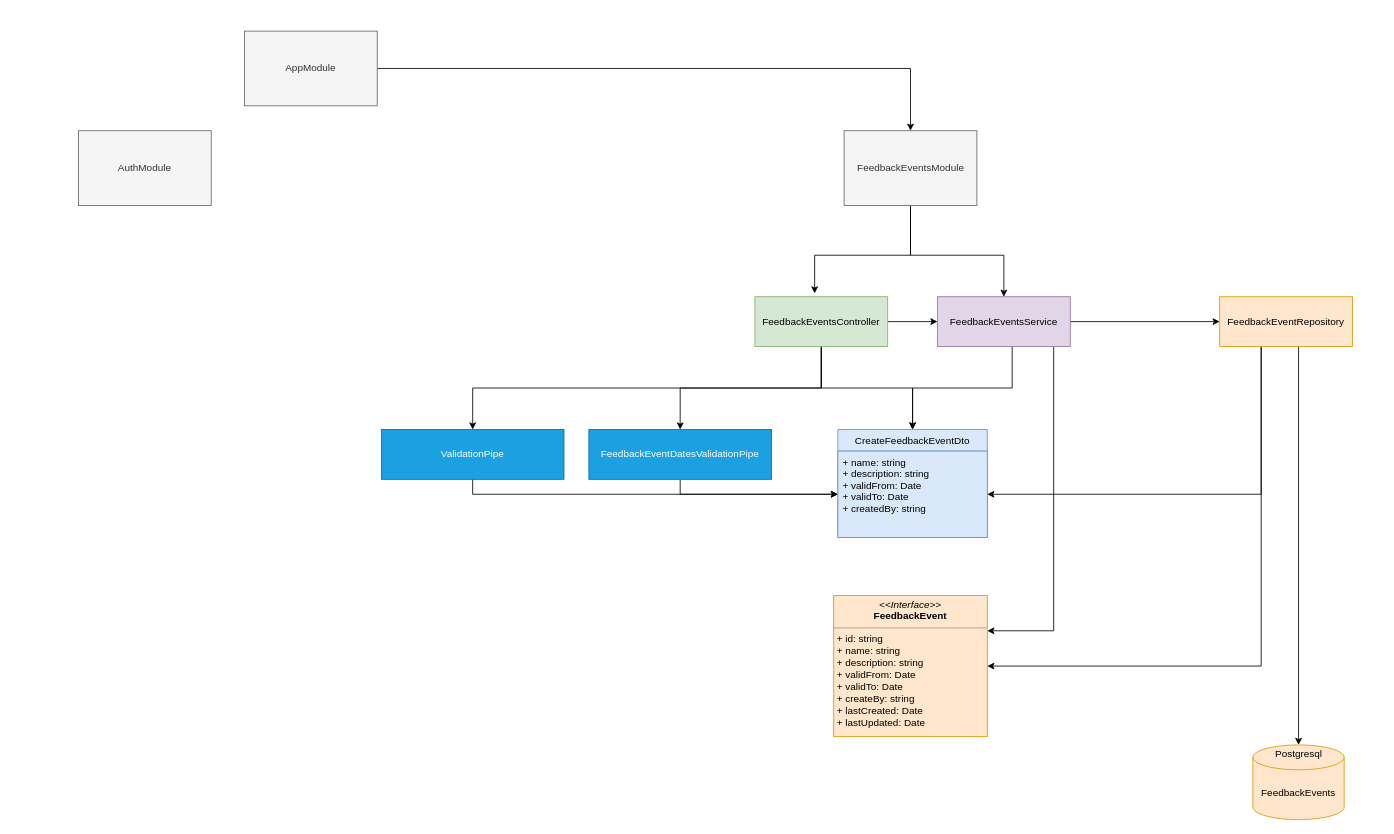
techwings-io/feedbackpal-api keeps this draw.io diagram as page "Architecture" (1 of 2) of diagrams/api-architecture.drawio. Above is the earlier version. Source tidied: cells renumbered, new cells numbered last; positions are measured from the earlier drawing's top-left corner, leaving out a move shared by most shapes. Both pictures are drawn from the tidied source at 83%, with x=0, y=0 at pixel (78, 31).
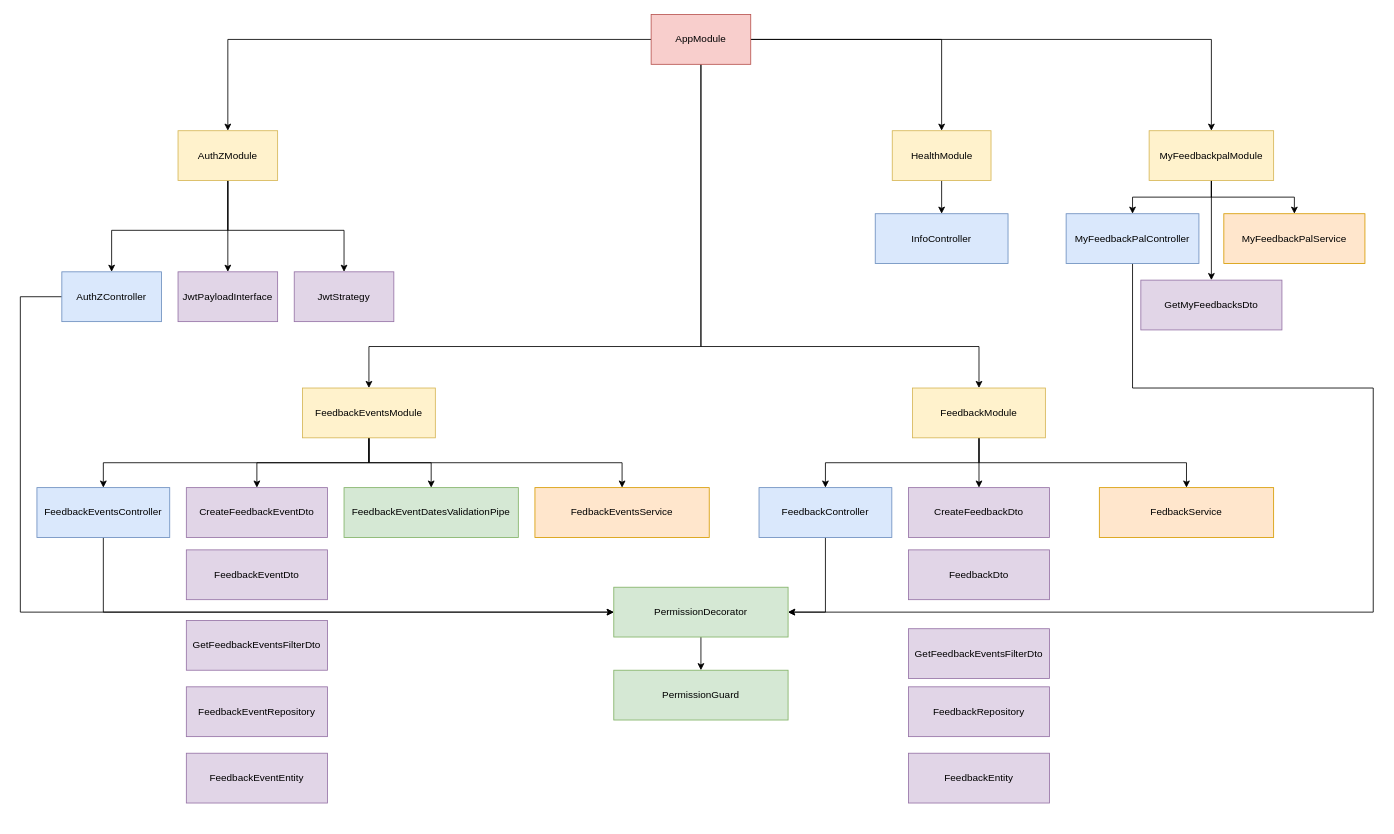
The same diagram, later.

Commit message:
Update API architecture

The edit, as a diff of the source:
```diff
@@
-    <mxCell id="2" style="edgeStyle=orthogonalEdgeStyle;rounded=0;jettySize=auto;html=1;entryX=0.5;entryY=0;entryDx=0;entryDy=0;" parent="1" edge="1" source="4" target="10">
-      <mxGeometry relative="1" as="geometry">
-        <Array as="points">
-          <mxPoint x="1003" y="270" />
-          <mxPoint x="1115" y="270" />
-        </Array>
-      </mxGeometry>
-    </mxCell>
+    <mxCell id="31" style="edgeStyle=orthogonalEdgeStyle;rounded=0;jettySize=auto;html=1;entryX=0.5;entryY=0;entryDx=0;entryDy=0;" parent="1" edge="1" source="6" target="38">
+      <mxGeometry relative="1" as="geometry" />
+    </mxCell>
+    <mxCell id="5" style="edgeStyle=orthogonalEdgeStyle;rounded=0;jettySize=auto;html=1;entryX=0.5;entryY=0;entryDx=0;entryDy=0;" parent="1" edge="1" source="6" target="4">
+      <mxGeometry relative="1" as="geometry">
+        <Array as="points">
+          <mxPoint x="750" y="380" />
+          <mxPoint x="350" y="380" />
+        </Array>
+      </mxGeometry>
+    </mxCell>
+    <mxCell id="32" style="edgeStyle=orthogonalEdgeStyle;rounded=0;jettySize=auto;html=1;entryX=0.5;entryY=0;entryDx=0;entryDy=0;" parent="1" edge="1" source="6" target="60">
+      <mxGeometry relative="1" as="geometry">
+        <Array as="points">
+          <mxPoint x="750" y="380" />
+          <mxPoint x="1085" y="380" />
+        </Array>
+      </mxGeometry>
+    </mxCell>
+    <mxCell id="33" style="edgeStyle=orthogonalEdgeStyle;rounded=0;jettySize=auto;html=1;" parent="1" edge="1" source="6" target="47">
+      <mxGeometry relative="1" as="geometry" />
+    </mxCell>
+    <mxCell id="34" style="edgeStyle=orthogonalEdgeStyle;rounded=0;jettySize=auto;html=1;entryX=0.5;entryY=0;entryDx=0;entryDy=0;" parent="1" edge="1" source="6" target="51">
+      <mxGeometry relative="1" as="geometry" />
+    </mxCell>
+    <mxCell id="6" value="AppModule" style="rounded=0;whiteSpace=wrap;html=1;fillColor=#f8cecc;strokeColor=#b85450;" parent="1" vertex="1">
+      <mxGeometry x="690" y="-20" width="120" height="60" as="geometry" />
+    </mxCell>
+    <mxCell id="35" style="edgeStyle=orthogonalEdgeStyle;rounded=0;jettySize=auto;html=1;" parent="1" edge="1" source="38" target="40">
+      <mxGeometry relative="1" as="geometry">
+        <Array as="points">
+          <mxPoint x="180" y="240" />
+          <mxPoint x="40" y="240" />
+        </Array>
+      </mxGeometry>
+    </mxCell>
+    <mxCell id="36" style="edgeStyle=orthogonalEdgeStyle;rounded=0;jettySize=auto;html=1;entryX=0.5;entryY=0;entryDx=0;entryDy=0;" parent="1" edge="1" source="38" target="41">
+      <mxGeometry relative="1" as="geometry" />
+    </mxCell>
+    <mxCell id="37" style="edgeStyle=orthogonalEdgeStyle;rounded=0;jettySize=auto;html=1;" parent="1" edge="1" source="38" target="42">
+      <mxGeometry relative="1" as="geometry">
+        <Array as="points">
+          <mxPoint x="180" y="240" />
+          <mxPoint x="320" y="240" />
+        </Array>
+      </mxGeometry>
+    </mxCell>
+    <mxCell id="38" value="AuthZModule" style="rounded=0;whiteSpace=wrap;html=1;fillColor=#fff2cc;strokeColor=#d6b656;" parent="1" vertex="1">
+      <mxGeometry x="120" y="120" width="120" height="60" as="geometry" />
+    </mxCell>
+    <mxCell id="39" style="edgeStyle=orthogonalEdgeStyle;rounded=0;jettySize=auto;html=1;" parent="1" edge="1" source="40" target="76">
+      <mxGeometry relative="1" as="geometry">
+        <Array as="points">
+          <mxPoint x="-70" y="320" />
+          <mxPoint x="-70" y="700" />
+        </Array>
+      </mxGeometry>
+    </mxCell>
+    <mxCell id="40" value="AuthZController" style="rounded=0;whiteSpace=wrap;html=1;fillColor=#dae8fc;strokeColor=#6c8ebf;" parent="1" vertex="1">
+      <mxGeometry x="-20" y="290" width="120" height="60" as="geometry" />
+    </mxCell>
+    <mxCell id="41" value="JwtPayloadInterface" style="rounded=0;whiteSpace=wrap;html=1;fillColor=#e1d5e7;strokeColor=#9673a6;" parent="1" vertex="1">
+      <mxGeometry x="120" y="290" width="120" height="60" as="geometry" />
+    </mxCell>
+    <mxCell id="42" value="JwtStrategy" style="rounded=0;whiteSpace=wrap;html=1;fillColor=#e1d5e7;strokeColor=#9673a6;" parent="1" vertex="1">
+      <mxGeometry x="260" y="290" width="120" height="60" as="geometry" />
+    </mxCell>
+    <mxCell id="43" style="edgeStyle=orthogonalEdgeStyle;rounded=0;jettySize=auto;html=1;" parent="1" edge="1" source="4" target="28">
+      <mxGeometry relative="1" as="geometry" />
+    </mxCell>
+    <mxCell id="44" style="edgeStyle=orthogonalEdgeStyle;rounded=0;jettySize=auto;html=1;" parent="1" edge="1" source="4" target="25">
+      <mxGeometry relative="1" as="geometry" />
+    </mxCell>
+    <mxCell id="45" style="edgeStyle=orthogonalEdgeStyle;rounded=0;jettySize=auto;html=1;" parent="1" edge="1" source="4" target="55">
+      <mxGeometry relative="1" as="geometry">
+        <Array as="points">
+          <mxPoint x="350" y="520" />
+          <mxPoint x="655" y="520" />
+        </Array>
+      </mxGeometry>
+    </mxCell>
-    <mxCell id="3" style="edgeStyle=orthogonalEdgeStyle;rounded=0;jettySize=auto;html=1;entryX=0.45;entryY=-0.067;entryDx=0;entryDy=0;entryPerimeter=0;" parent="1" edge="1" source="4" target="15">
+    <mxCell id="3" style="edgeStyle=orthogonalEdgeStyle;rounded=0;jettySize=auto;html=1;" parent="1" edge="1" source="4" target="15">
       <mxGeometry relative="1" as="geometry">
         <Array as="points">
-          <mxPoint x="1003" y="270" />
-          <mxPoint x="887" y="270" />
+          <mxPoint x="350" y="520" />
+          <mxPoint x="30" y="520" />
         </Array>
       </mxGeometry>
     </mxCell>
-    <mxCell id="4" value="FeedbackEventsModule" style="rounded=0;whiteSpace=wrap;html=1;fillColor=#f5f5f5;strokeColor=#666666;fontColor=#333333;" parent="1" vertex="1">
-      <mxGeometry x="922.5" y="120" width="160" height="90" as="geometry" />
+    <mxCell id="4" value="FeedbackEventsModule" style="rounded=0;whiteSpace=wrap;html=1;fillColor=#fff2cc;strokeColor=#d6b656;" parent="1" vertex="1">
+      <mxGeometry x="270" y="430" width="160" height="60" as="geometry" />
     </mxCell>
-    <mxCell id="5" style="edgeStyle=orthogonalEdgeStyle;rounded=0;jettySize=auto;html=1;entryX=0.5;entryY=0;entryDx=0;entryDy=0;" parent="1" edge="1" source="6" target="4">
-      <mxGeometry relative="1" as="geometry" />
-    </mxCell>
-    <mxCell id="6" value="AppModule" style="rounded=0;whiteSpace=wrap;html=1;fillColor=#f5f5f5;strokeColor=#666666;fontColor=#333333;" parent="1" vertex="1">
-      <mxGeometry x="200" width="160" height="90" as="geometry" />
-    </mxCell>
-    <mxCell id="7" style="edgeStyle=orthogonalEdgeStyle;rounded=0;jettySize=auto;html=1;entryX=0.5;entryY=0;entryDx=0;entryDy=0;" parent="1" edge="1" source="10" target="28">
-      <mxGeometry relative="1" as="geometry">
-        <Array as="points">
-          <mxPoint x="1125" y="430" />
-          <mxPoint x="1005" y="430" />
-        </Array>
-      </mxGeometry>
-    </mxCell>
-    <mxCell id="8" style="edgeStyle=orthogonalEdgeStyle;rounded=0;jettySize=auto;html=1;" parent="1" edge="1" source="10" target="20">
-      <mxGeometry relative="1" as="geometry" />
-    </mxCell>
-    <mxCell id="9" style="edgeStyle=orthogonalEdgeStyle;rounded=0;jettySize=auto;html=1;entryX=1;entryY=0.25;entryDx=0;entryDy=0;" parent="1" edge="1" source="10" target="16">
-      <mxGeometry relative="1" as="geometry">
-        <Array as="points">
-          <mxPoint x="1175" y="723" />
-        </Array>
-      </mxGeometry>
-    </mxCell>
-    <mxCell id="10" value="FeedbackEventsService" style="rounded=0;whiteSpace=wrap;html=1;fillColor=#e1d5e7;strokeColor=#9673a6;" parent="1" vertex="1">
-      <mxGeometry x="1035" y="320" width="160" height="60" as="geometry" />
-    </mxCell>
-    <mxCell id="11" style="edgeStyle=orthogonalEdgeStyle;rounded=0;jettySize=auto;html=1;entryX=0;entryY=0.5;entryDx=0;entryDy=0;" parent="1" edge="1" source="15" target="10">
-      <mxGeometry relative="1" as="geometry" />
-    </mxCell>
-    <mxCell id="12" style="edgeStyle=orthogonalEdgeStyle;rounded=0;jettySize=auto;html=1;entryX=0.5;entryY=0;entryDx=0;entryDy=0;" parent="1" edge="1" source="15" target="28">
-      <mxGeometry relative="1" as="geometry" />
-    </mxCell>
-    <mxCell id="13" style="edgeStyle=orthogonalEdgeStyle;rounded=0;jettySize=auto;html=1;entryX=0.5;entryY=0;entryDx=0;entryDy=0;" parent="1" edge="1" source="15" target="25">
-      <mxGeometry relative="1" as="geometry" />
-    </mxCell>
-    <mxCell id="14" style="edgeStyle=orthogonalEdgeStyle;rounded=0;jettySize=auto;html=1;" parent="1" edge="1" source="15" target="27">
-      <mxGeometry relative="1" as="geometry">
-        <Array as="points">
-          <mxPoint x="895" y="430" />
-          <mxPoint x="475" y="430" />
-        </Array>
-      </mxGeometry>
-    </mxCell>
+    <mxCell id="46" style="edgeStyle=orthogonalEdgeStyle;rounded=0;jettySize=auto;html=1;" parent="1" edge="1" source="47" target="69">
+      <mxGeometry relative="1" as="geometry" />
+    </mxCell>
+    <mxCell id="47" value="HealthModule" style="rounded=0;whiteSpace=wrap;html=1;fillColor=#fff2cc;strokeColor=#d6b656;" parent="1" vertex="1">
+      <mxGeometry x="980.5" y="120" width="119" height="60" as="geometry" />
+    </mxCell>
+    <mxCell id="48" style="edgeStyle=orthogonalEdgeStyle;rounded=0;jettySize=auto;html=1;entryX=0.5;entryY=0;entryDx=0;entryDy=0;" parent="1" edge="1" source="51" target="71">
+      <mxGeometry relative="1" as="geometry" />
+    </mxCell>
+    <mxCell id="49" style="edgeStyle=orthogonalEdgeStyle;rounded=0;jettySize=auto;html=1;entryX=0.5;entryY=0;entryDx=0;entryDy=0;" parent="1" edge="1" source="51" target="72">
+      <mxGeometry relative="1" as="geometry" />
+    </mxCell>
+    <mxCell id="50" style="edgeStyle=orthogonalEdgeStyle;rounded=0;jettySize=auto;html=1;entryX=0.5;entryY=0;entryDx=0;entryDy=0;" parent="1" edge="1" source="51" target="73">
+      <mxGeometry relative="1" as="geometry" />
+    </mxCell>
+    <mxCell id="51" value="MyFeedbackpalModule" style="rounded=0;whiteSpace=wrap;html=1;fillColor=#fff2cc;strokeColor=#d6b656;" parent="1" vertex="1">
+      <mxGeometry x="1290" y="120" width="150" height="60" as="geometry" />
+    </mxCell>
+    <mxCell id="52" style="edgeStyle=orthogonalEdgeStyle;rounded=0;jettySize=auto;html=1;entryX=0;entryY=0.5;entryDx=0;entryDy=0;" parent="1" edge="1" source="15" target="76">
+      <mxGeometry relative="1" as="geometry">
+        <Array as="points">
+          <mxPoint x="30" y="700" />
+        </Array>
+      </mxGeometry>
+    </mxCell>
-    <mxCell id="15" value="FeedbackEventsController" style="rounded=0;whiteSpace=wrap;html=1;fillColor=#d5e8d4;strokeColor=#82b366;" parent="1" vertex="1">
-      <mxGeometry x="815" y="320" width="160" height="60" as="geometry" />
+    <mxCell id="15" value="FeedbackEventsController" style="rounded=0;whiteSpace=wrap;html=1;fillColor=#dae8fc;strokeColor=#6c8ebf;" parent="1" vertex="1">
+      <mxGeometry x="-50" y="550" width="160" height="60" as="geometry" />
     </mxCell>
-    <mxCell id="16" value="&lt;p style=&quot;margin: 0px ; margin-top: 4px ; text-align: center&quot;&gt;&lt;i&gt;&amp;lt;&amp;lt;Interface&amp;gt;&amp;gt;&lt;/i&gt;&lt;br&gt;&lt;b&gt;FeedbackEvent&lt;/b&gt;&lt;/p&gt;&lt;hr size=&quot;1&quot;&gt;&lt;p style=&quot;margin: 0px ; margin-left: 4px&quot;&gt;+ id: string&lt;/p&gt;&lt;p style=&quot;margin: 0px ; margin-left: 4px&quot;&gt;+ name: string&lt;br&gt;+ description: string&lt;/p&gt;&lt;p style=&quot;margin: 0px ; margin-left: 4px&quot;&gt;+ validFrom: Date&lt;/p&gt;&lt;p style=&quot;margin: 0px ; margin-left: 4px&quot;&gt;+ validTo: Date&lt;/p&gt;&lt;p style=&quot;margin: 0px ; margin-left: 4px&quot;&gt;+ createBy: string&lt;/p&gt;&lt;p style=&quot;margin: 0px ; margin-left: 4px&quot;&gt;+ lastCreated: Date&lt;/p&gt;&lt;p style=&quot;margin: 0px ; margin-left: 4px&quot;&gt;+ lastUpdated: Date&lt;/p&gt;&lt;p style=&quot;margin: 0px ; margin-left: 4px&quot;&gt;&lt;br&gt;&lt;/p&gt;" style="verticalAlign=top;align=left;overflow=fill;fontSize=12;fontFamily=Helvetica;html=1;fillColor=#ffe6cc;strokeColor=#d79b00;" parent="1" vertex="1">
-      <mxGeometry x="910" y="680" width="185" height="170" as="geometry" />
-    </mxCell>
-    <mxCell id="17" style="edgeStyle=orthogonalEdgeStyle;rounded=0;jettySize=auto;html=1;" parent="1" edge="1" source="20" target="29">
-      <mxGeometry relative="1" as="geometry">
-        <Array as="points">
-          <mxPoint x="1425" y="558" />
-        </Array>
-      </mxGeometry>
-    </mxCell>
-    <mxCell id="18" style="edgeStyle=orthogonalEdgeStyle;rounded=0;jettySize=auto;html=1;" parent="1" edge="1" source="20" target="23">
-      <mxGeometry relative="1" as="geometry">
-        <Array as="points">
-          <mxPoint x="1470" y="600" />
-          <mxPoint x="1470" y="600" />
-        </Array>
-      </mxGeometry>
-    </mxCell>
-    <mxCell id="19" style="edgeStyle=orthogonalEdgeStyle;rounded=0;jettySize=auto;html=1;entryX=1;entryY=0.5;entryDx=0;entryDy=0;" parent="1" edge="1" source="20" target="16">
-      <mxGeometry relative="1" as="geometry">
-        <Array as="points">
-          <mxPoint x="1425" y="765" />
-        </Array>
-      </mxGeometry>
-    </mxCell>
+    <mxCell id="28" value="CreateFeedbackEventDto" style="rounded=0;whiteSpace=wrap;html=1;fillColor=#e1d5e7;strokeColor=#9673a6;" parent="1" vertex="1">
+      <mxGeometry x="130" y="550" width="170" height="60" as="geometry" />
+    </mxCell>
+    <mxCell id="53" value="FeedbackEventDto" style="rounded=0;whiteSpace=wrap;html=1;fillColor=#e1d5e7;strokeColor=#9673a6;" parent="1" vertex="1">
+      <mxGeometry x="130" y="625" width="170" height="60" as="geometry" />
+    </mxCell>
+    <mxCell id="54" value="GetFeedbackEventsFilterDto" style="rounded=0;whiteSpace=wrap;html=1;fillColor=#e1d5e7;strokeColor=#9673a6;" parent="1" vertex="1">
+      <mxGeometry x="130" y="710" width="170" height="60" as="geometry" />
+    </mxCell>
+    <mxCell id="25" value="FeedbackEventDatesValidationPipe" style="rounded=0;whiteSpace=wrap;html=1;fillColor=#d5e8d4;strokeColor=#82b366;" parent="1" vertex="1">
+      <mxGeometry x="320" y="550" width="210" height="60" as="geometry" />
+    </mxCell>
+    <mxCell id="55" value="FedbackEventsService" style="rounded=0;whiteSpace=wrap;html=1;fillColor=#ffe6cc;strokeColor=#d79b00;" parent="1" vertex="1">
+      <mxGeometry x="550" y="550" width="210" height="60" as="geometry" />
+    </mxCell>
-    <mxCell id="20" value="FeedbackEventRepository&lt;br&gt;" style="rounded=0;whiteSpace=wrap;html=1;fillColor=#ffe6cc;strokeColor=#d79b00;" parent="1" vertex="1">
-      <mxGeometry x="1375" y="320" width="160" height="60" as="geometry" />
+    <mxCell id="20" value="FeedbackEventRepository" style="rounded=0;whiteSpace=wrap;html=1;fillColor=#e1d5e7;strokeColor=#9673a6;" parent="1" vertex="1">
+      <mxGeometry x="130" y="790" width="170" height="60" as="geometry" />
     </mxCell>
-    <mxCell id="21" style="group;" parent="1" vertex="1">
-      <mxGeometry x="1415" y="860" width="110" height="90" as="geometry" />
-    </mxCell>
-    <mxCell id="22" value="FeedbackEvents" style="shape=cylinder3;whiteSpace=wrap;html=1;boundedLbl=1;backgroundOutline=1;size=15;fillColor=#ffe6cc;strokeColor=#d79b00;" parent="21" vertex="1">
-      <mxGeometry width="110" height="90" as="geometry" />
-    </mxCell>
-    <mxCell id="23" value="Postgresql" style="text;html=1;strokeColor=none;fillColor=none;align=center;verticalAlign=middle;whiteSpace=wrap;rounded=0;" parent="21" vertex="1">
-      <mxGeometry x="30.6" width="48.9" height="22.5" as="geometry" />
-    </mxCell>
-    <mxCell id="24" style="edgeStyle=orthogonalEdgeStyle;rounded=0;jettySize=auto;html=1;entryX=0;entryY=0.5;entryDx=0;entryDy=0;" parent="1" edge="1" source="25" target="29">
-      <mxGeometry relative="1" as="geometry">
-        <Array as="points">
-          <mxPoint x="725" y="558" />
-        </Array>
-      </mxGeometry>
-    </mxCell>
-    <mxCell id="25" value="FeedbackEventDatesValidationPipe" style="rounded=0;whiteSpace=wrap;html=1;fillColor=#1ba1e2;strokeColor=#006EAF;fontColor=#ffffff;" parent="1" vertex="1">
-      <mxGeometry x="615" y="480" width="220" height="60" as="geometry" />
-    </mxCell>
-    <mxCell id="26" style="edgeStyle=orthogonalEdgeStyle;rounded=0;jettySize=auto;html=1;" parent="1" edge="1" source="27" target="29">
-      <mxGeometry relative="1" as="geometry">
-        <Array as="points">
-          <mxPoint x="475" y="558" />
-        </Array>
-      </mxGeometry>
-    </mxCell>
-    <mxCell id="27" value="ValidationPipe" style="rounded=0;whiteSpace=wrap;html=1;fillColor=#1ba1e2;strokeColor=#006EAF;fontColor=#ffffff;" parent="1" vertex="1">
-      <mxGeometry x="365" y="480" width="220" height="60" as="geometry" />
-    </mxCell>
-    <mxCell id="28" value="CreateFeedbackEventDto" style="swimlane;fontStyle=0;horizontal=1;startSize=26;fillColor=#dae8fc;strokeColor=#6c8ebf;" parent="1" vertex="1">
-      <mxGeometry x="915" y="480" width="180" height="130" as="geometry" />
-    </mxCell>
-    <mxCell id="29" value="+ name: string&#10;+ description: string&#10;+ validFrom: Date&#10;+ validTo: Date&#10;+ createdBy: string" style="text;strokeColor=#6c8ebf;fillColor=#dae8fc;align=left;verticalAlign=top;spacingLeft=4;spacingRight=4;overflow=hidden;points=[[0,0.5],[1,0.5]];portConstraint=eastwest;" parent="28" vertex="1">
-      <mxGeometry y="26" width="180" height="104" as="geometry" />
-    </mxCell>
-    <mxCell id="30" value="AuthModule" style="rounded=0;whiteSpace=wrap;html=1;fillColor=#f5f5f5;strokeColor=#666666;fontColor=#333333;" parent="1" vertex="1">
-      <mxGeometry y="120" width="160" height="90" as="geometry" />
-    </mxCell>
+    <mxCell id="56" value="FeedbackEventEntity" style="rounded=0;whiteSpace=wrap;html=1;fillColor=#e1d5e7;strokeColor=#9673a6;" parent="1" vertex="1">
+      <mxGeometry x="130" y="870" width="170" height="60" as="geometry" />
+    </mxCell>
+    <mxCell id="57" style="edgeStyle=orthogonalEdgeStyle;rounded=0;jettySize=auto;html=1;entryX=0.5;entryY=0;entryDx=0;entryDy=0;" parent="1" edge="1" source="60" target="62">
+      <mxGeometry relative="1" as="geometry">
+        <Array as="points">
+          <mxPoint x="1085" y="520" />
+          <mxPoint x="900" y="520" />
+        </Array>
+      </mxGeometry>
+    </mxCell>
+    <mxCell id="58" style="edgeStyle=orthogonalEdgeStyle;rounded=0;jettySize=auto;html=1;entryX=0.5;entryY=0;entryDx=0;entryDy=0;" parent="1" edge="1" source="60" target="63">
+      <mxGeometry relative="1" as="geometry" />
+    </mxCell>
+    <mxCell id="59" style="edgeStyle=orthogonalEdgeStyle;rounded=0;jettySize=auto;html=1;" parent="1" edge="1" source="60" target="66">
+      <mxGeometry relative="1" as="geometry">
+        <Array as="points">
+          <mxPoint x="1085" y="520" />
+          <mxPoint x="1335" y="520" />
+        </Array>
+      </mxGeometry>
+    </mxCell>
+    <mxCell id="60" value="FeedbackModule" style="rounded=0;whiteSpace=wrap;html=1;fillColor=#fff2cc;strokeColor=#d6b656;" parent="1" vertex="1">
+      <mxGeometry x="1005" y="430" width="160" height="60" as="geometry" />
+    </mxCell>
+    <mxCell id="61" style="edgeStyle=orthogonalEdgeStyle;rounded=0;jettySize=auto;html=1;entryX=1;entryY=0.5;entryDx=0;entryDy=0;" parent="1" edge="1" source="62" target="76">
+      <mxGeometry relative="1" as="geometry" />
+    </mxCell>
+    <mxCell id="62" value="FeedbackController" style="rounded=0;whiteSpace=wrap;html=1;fillColor=#dae8fc;strokeColor=#6c8ebf;" parent="1" vertex="1">
+      <mxGeometry x="820" y="550" width="160" height="60" as="geometry" />
+    </mxCell>
+    <mxCell id="63" value="CreateFeedbackDto" style="rounded=0;whiteSpace=wrap;html=1;fillColor=#e1d5e7;strokeColor=#9673a6;" parent="1" vertex="1">
+      <mxGeometry x="1000" y="550" width="170" height="60" as="geometry" />
+    </mxCell>
+    <mxCell id="64" value="FeedbackDto" style="rounded=0;whiteSpace=wrap;html=1;fillColor=#e1d5e7;strokeColor=#9673a6;" parent="1" vertex="1">
+      <mxGeometry x="1000" y="625" width="170" height="60" as="geometry" />
+    </mxCell>
+    <mxCell id="65" value="GetFeedbackEventsFilterDto" style="rounded=0;whiteSpace=wrap;html=1;fillColor=#e1d5e7;strokeColor=#9673a6;" parent="1" vertex="1">
+      <mxGeometry x="1000" y="720" width="170" height="60" as="geometry" />
+    </mxCell>
+    <mxCell id="66" value="FedbackService" style="rounded=0;whiteSpace=wrap;html=1;fillColor=#ffe6cc;strokeColor=#d79b00;" parent="1" vertex="1">
+      <mxGeometry x="1230" y="550" width="210" height="60" as="geometry" />
+    </mxCell>
+    <mxCell id="67" value="FeedbackRepository" style="rounded=0;whiteSpace=wrap;html=1;fillColor=#e1d5e7;strokeColor=#9673a6;" parent="1" vertex="1">
+      <mxGeometry x="1000" y="790" width="170" height="60" as="geometry" />
+    </mxCell>
+    <mxCell id="68" value="FeedbackEntity" style="rounded=0;whiteSpace=wrap;html=1;fillColor=#e1d5e7;strokeColor=#9673a6;" parent="1" vertex="1">
+      <mxGeometry x="1000" y="870" width="170" height="60" as="geometry" />
+    </mxCell>
+    <mxCell id="69" value="InfoController" style="rounded=0;whiteSpace=wrap;html=1;fillColor=#dae8fc;strokeColor=#6c8ebf;" parent="1" vertex="1">
+      <mxGeometry x="960" y="220" width="160" height="60" as="geometry" />
+    </mxCell>
+    <mxCell id="70" style="edgeStyle=orthogonalEdgeStyle;rounded=0;jettySize=auto;html=1;entryX=1;entryY=0.5;entryDx=0;entryDy=0;" parent="1" edge="1" source="71" target="76">
+      <mxGeometry relative="1" as="geometry">
+        <Array as="points">
+          <mxPoint x="1270" y="430" />
+          <mxPoint x="1560" y="430" />
+          <mxPoint x="1560" y="700" />
+        </Array>
+      </mxGeometry>
+    </mxCell>
+    <mxCell id="71" value="MyFeedbackPalController" style="rounded=0;whiteSpace=wrap;html=1;fillColor=#dae8fc;strokeColor=#6c8ebf;" parent="1" vertex="1">
+      <mxGeometry x="1190" y="220" width="160" height="60" as="geometry" />
+    </mxCell>
+    <mxCell id="72" value="MyFeedbackPalService" style="rounded=0;whiteSpace=wrap;html=1;fillColor=#ffe6cc;strokeColor=#d79b00;" parent="1" vertex="1">
+      <mxGeometry x="1380" y="220" width="170" height="60" as="geometry" />
+    </mxCell>
+    <mxCell id="73" value="GetMyFeedbacksDto" style="rounded=0;whiteSpace=wrap;html=1;fillColor=#e1d5e7;strokeColor=#9673a6;" parent="1" vertex="1">
+      <mxGeometry x="1280" y="300" width="170" height="60" as="geometry" />
+    </mxCell>
+    <mxCell id="74" value="PermissionGuard" style="rounded=0;whiteSpace=wrap;html=1;fillColor=#d5e8d4;strokeColor=#82b366;" parent="1" vertex="1">
+      <mxGeometry x="645" y="770" width="210" height="60" as="geometry" />
+    </mxCell>
+    <mxCell id="75" style="edgeStyle=orthogonalEdgeStyle;rounded=0;jettySize=auto;html=1;entryX=0.5;entryY=0;entryDx=0;entryDy=0;" parent="1" edge="1" source="76" target="74">
+      <mxGeometry relative="1" as="geometry" />
+    </mxCell>
+    <mxCell id="76" value="PermissionDecorator" style="rounded=0;whiteSpace=wrap;html=1;fillColor=#d5e8d4;strokeColor=#82b366;" parent="1" vertex="1">
+      <mxGeometry x="645" y="670" width="210" height="60" as="geometry" />
+    </mxCell>
```
